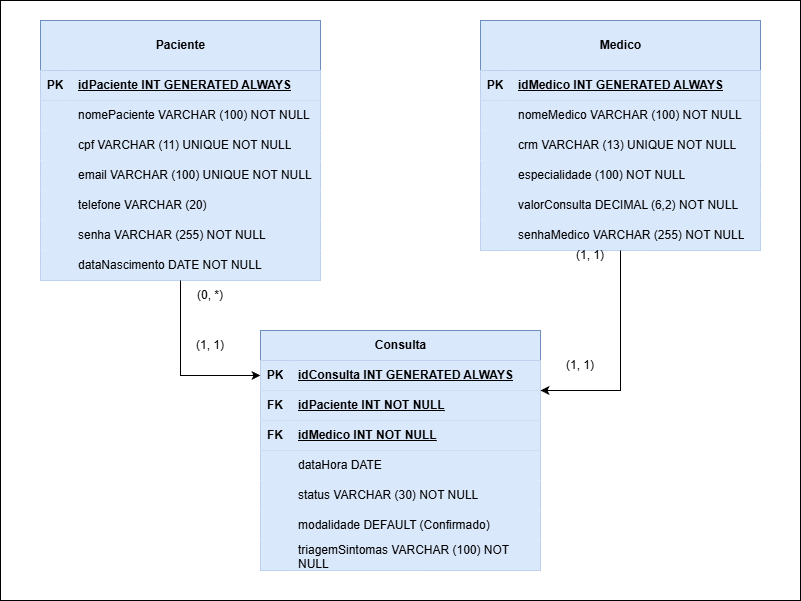
senai-661/FiveBits-backend keeps this draw.io diagram as docs/Diagrama-Medflow.drawio.png. Above is the earlier version. Source tidied: cells renumbered, new cells last; positions are measured from the earlier drawing's top-left corner, leaving out a move shared by most shapes.
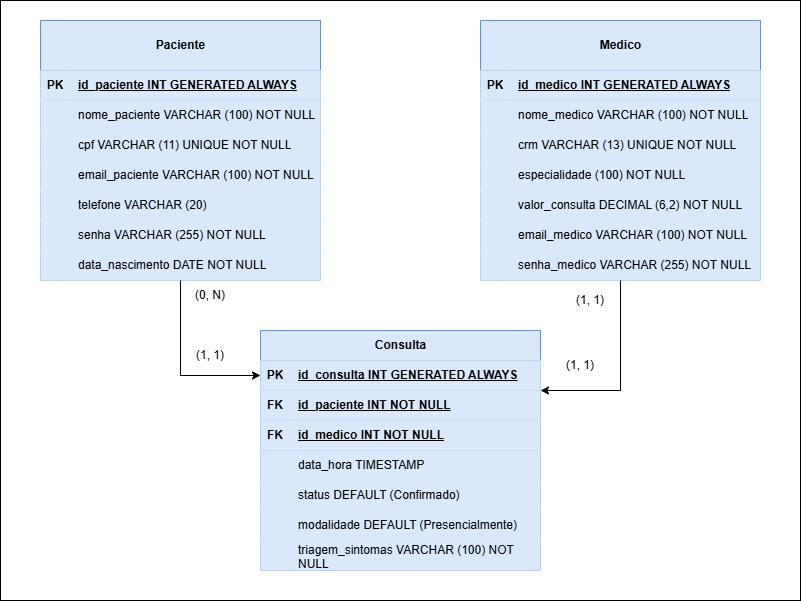
Above is the later version.

Commit message:
corrigindo o diagrama

The edit, as a diff of the source:
```diff
@@ -14,7 +14,7 @@
     <mxCell id="5" value="PK" style="shape=partialRectangle;fillColor=#dae8fc;top=0;left=0;bottom=0;right=0;fontStyle=1;overflow=hidden;whiteSpace=wrap;html=1;strokeColor=#6c8ebf;" parent="4" vertex="1">
       <mxGeometry width="30" height="30" as="geometry" />
     </mxCell>
-    <mxCell id="6" value="idPaciente INT GENERATED ALWAYS" style="shape=partialRectangle;fillColor=#dae8fc;top=0;left=0;bottom=0;right=0;align=left;spacingLeft=6;fontStyle=5;overflow=hidden;whiteSpace=wrap;html=1;strokeColor=#6c8ebf;" parent="4" vertex="1">
+    <mxCell id="6" value="id_paciente INT GENERATED ALWAYS" style="shape=partialRectangle;fillColor=#dae8fc;top=0;left=0;bottom=0;right=0;align=left;spacingLeft=6;fontStyle=5;overflow=hidden;whiteSpace=wrap;html=1;strokeColor=#6c8ebf;" parent="4" vertex="1">
       <mxGeometry x="30" width="250" height="30" as="geometry" />
     </mxCell>
     <mxCell id="7" style="shape=tableRow;horizontal=0;startSize=0;swimlaneHead=0;swimlaneBody=0;fillColor=#dae8fc;top=0;left=0;right=0;bottom=0;strokeColor=#6c8ebf;" parent="3" vertex="1">
@@ -23,7 +23,7 @@
     <mxCell id="8" style="shape=partialRectangle;fillColor=#dae8fc;top=0;left=0;bottom=0;right=0;overflow=hidden;whiteSpace=wrap;html=1;strokeColor=#6c8ebf;" parent="7" vertex="1">
       <mxGeometry width="30" height="30" as="geometry" />
     </mxCell>
-    <mxCell id="9" value="nomePaciente VARCHAR (100) NOT NULL" style="shape=partialRectangle;fillColor=#dae8fc;top=0;left=0;bottom=0;right=0;align=left;spacingLeft=6;overflow=hidden;whiteSpace=wrap;html=1;strokeColor=#6c8ebf;" parent="7" vertex="1">
+    <mxCell id="9" value="nome_paciente VARCHAR (100) NOT NULL" style="shape=partialRectangle;fillColor=#dae8fc;top=0;left=0;bottom=0;right=0;align=left;spacingLeft=6;overflow=hidden;whiteSpace=wrap;html=1;strokeColor=#6c8ebf;" parent="7" vertex="1">
       <mxGeometry x="30" width="250" height="30" as="geometry" />
     </mxCell>
     <mxCell id="10" style="shape=tableRow;horizontal=0;startSize=0;swimlaneHead=0;swimlaneBody=0;fillColor=#dae8fc;top=0;left=0;right=0;bottom=0;strokeColor=#6c8ebf;" parent="3" vertex="1">
@@ -41,7 +41,7 @@
     <mxCell id="14" style="shape=partialRectangle;fillColor=#dae8fc;top=0;left=0;bottom=0;right=0;overflow=hidden;whiteSpace=wrap;html=1;strokeColor=#6c8ebf;" parent="13" vertex="1">
       <mxGeometry width="30" height="30" as="geometry" />
     </mxCell>
-    <mxCell id="15" value="email VARCHAR (100) UNIQUE NOT NULL" style="shape=partialRectangle;fillColor=#dae8fc;top=0;left=0;bottom=0;right=0;align=left;spacingLeft=6;overflow=hidden;whiteSpace=wrap;html=1;strokeColor=#6c8ebf;" parent="13" vertex="1">
+    <mxCell id="15" value="email_paciente VARCHAR (100) NOT NULL" style="shape=partialRectangle;fillColor=#dae8fc;top=0;left=0;bottom=0;right=0;align=left;spacingLeft=6;overflow=hidden;whiteSpace=wrap;html=1;strokeColor=#6c8ebf;" parent="13" vertex="1">
       <mxGeometry x="30" width="250" height="30" as="geometry" />
     </mxCell>
     <mxCell id="16" style="shape=tableRow;horizontal=0;startSize=0;swimlaneHead=0;swimlaneBody=0;fillColor=#dae8fc;top=0;left=0;right=0;bottom=0;strokeColor=#6c8ebf;" parent="3" vertex="1">
@@ -68,11 +68,11 @@
     <mxCell id="23" style="shape=partialRectangle;fillColor=#dae8fc;top=0;left=0;bottom=0;right=0;overflow=hidden;whiteSpace=wrap;html=1;strokeColor=#6c8ebf;" parent="22" vertex="1">
       <mxGeometry width="30" height="30" as="geometry" />
     </mxCell>
-    <mxCell id="24" value="dataNascimento DATE NOT NULL" style="shape=partialRectangle;fillColor=#dae8fc;top=0;left=0;bottom=0;right=0;align=left;spacingLeft=6;overflow=hidden;whiteSpace=wrap;html=1;strokeColor=#6c8ebf;" parent="22" vertex="1">
+    <mxCell id="24" value="data_nascimento DATE NOT NULL" style="shape=partialRectangle;fillColor=#dae8fc;top=0;left=0;bottom=0;right=0;align=left;spacingLeft=6;overflow=hidden;whiteSpace=wrap;html=1;strokeColor=#6c8ebf;" parent="22" vertex="1">
       <mxGeometry x="30" width="250" height="30" as="geometry" />
     </mxCell>
     <mxCell id="25" value="Medico" style="shape=table;startSize=50;rowLines=0;fontStyle=1;align=center;html=1;fillColor=#dae8fc;strokeColor=#6c8ebf;" parent="1" vertex="1">
-      <mxGeometry x="480" y="20" width="280" height="230" as="geometry" />
+      <mxGeometry x="480" y="20" width="280" height="260" as="geometry" />
     </mxCell>
     <mxCell id="26" style="shape=tableRow;horizontal=0;startSize=0;swimlaneHead=0;swimlaneBody=0;fillColor=#dae8fc;top=0;left=0;right=0;bottom=1;strokeColor=#6c8ebf;" parent="25" vertex="1">
       <mxGeometry y="50" width="280" height="30" as="geometry" />
@@ -80,7 +80,7 @@
     <mxCell id="27" value="PK" style="shape=partialRectangle;fillColor=#dae8fc;top=0;left=0;bottom=0;right=0;fontStyle=1;overflow=hidden;whiteSpace=wrap;html=1;strokeColor=#6c8ebf;" parent="26" vertex="1">
       <mxGeometry width="30" height="30" as="geometry" />
     </mxCell>
-    <mxCell id="28" value="idMedico INT GENERATED ALWAYS" style="shape=partialRectangle;fillColor=#dae8fc;top=0;left=0;bottom=0;right=0;align=left;spacingLeft=6;fontStyle=5;overflow=hidden;whiteSpace=wrap;html=1;strokeColor=#6c8ebf;" parent="26" vertex="1">
+    <mxCell id="28" value="id_medico INT GENERATED ALWAYS" style="shape=partialRectangle;fillColor=#dae8fc;top=0;left=0;bottom=0;right=0;align=left;spacingLeft=6;fontStyle=5;overflow=hidden;whiteSpace=wrap;html=1;strokeColor=#6c8ebf;" parent="26" vertex="1">
       <mxGeometry x="30" width="250" height="30" as="geometry" />
     </mxCell>
     <mxCell id="29" style="shape=tableRow;horizontal=0;startSize=0;swimlaneHead=0;swimlaneBody=0;fillColor=#dae8fc;top=0;left=0;right=0;bottom=0;strokeColor=#6c8ebf;" parent="25" vertex="1">
@@ -89,7 +89,7 @@
     <mxCell id="30" style="shape=partialRectangle;fillColor=#dae8fc;top=0;left=0;bottom=0;right=0;overflow=hidden;whiteSpace=wrap;html=1;strokeColor=#6c8ebf;" parent="29" vertex="1">
       <mxGeometry width="30" height="30" as="geometry" />
     </mxCell>
-    <mxCell id="31" value="nomeMedico VARCHAR (100) NOT NULL" style="shape=partialRectangle;fillColor=#dae8fc;top=0;left=0;bottom=0;right=0;align=left;spacingLeft=6;overflow=hidden;whiteSpace=wrap;html=1;strokeColor=#6c8ebf;" parent="29" vertex="1">
+    <mxCell id="31" value="nome_medico VARCHAR (100) NOT NULL" style="shape=partialRectangle;fillColor=#dae8fc;top=0;left=0;bottom=0;right=0;align=left;spacingLeft=6;overflow=hidden;whiteSpace=wrap;html=1;strokeColor=#6c8ebf;" parent="29" vertex="1">
       <mxGeometry x="30" width="250" height="30" as="geometry" />
     </mxCell>
     <mxCell id="32" style="shape=tableRow;horizontal=0;startSize=0;swimlaneHead=0;swimlaneBody=0;fillColor=#dae8fc;top=0;left=0;right=0;bottom=0;strokeColor=#6c8ebf;" parent="25" vertex="1">
@@ -110,24 +110,33 @@
     <mxCell id="37" value="especialidade (100) NOT NULL" style="shape=partialRectangle;fillColor=#dae8fc;top=0;left=0;bottom=0;right=0;align=left;spacingLeft=6;overflow=hidden;whiteSpace=wrap;html=1;strokeColor=#6c8ebf;" parent="35" vertex="1">
       <mxGeometry x="30" width="250" height="30" as="geometry" />
     </mxCell>
+    <mxCell id="72" style="shape=tableRow;horizontal=0;startSize=0;swimlaneHead=0;swimlaneBody=0;fillColor=#dae8fc;top=0;left=0;right=0;bottom=0;strokeColor=#6c8ebf;" parent="25" vertex="1">
+      <mxGeometry y="170" width="280" height="30" as="geometry" />
+    </mxCell>
+    <mxCell id="73" style="shape=partialRectangle;fillColor=#dae8fc;top=0;left=0;bottom=0;right=0;overflow=hidden;whiteSpace=wrap;html=1;strokeColor=#6c8ebf;" parent="72" vertex="1">
+      <mxGeometry width="30" height="30" as="geometry" />
+    </mxCell>
+    <mxCell id="74" value="valor_consulta DECIMAL (6,2) NOT NULL" style="shape=partialRectangle;fillColor=#dae8fc;top=0;left=0;bottom=0;right=0;align=left;spacingLeft=6;overflow=hidden;whiteSpace=wrap;html=1;strokeColor=#6c8ebf;" parent="72" vertex="1">
+      <mxGeometry x="30" width="250" height="30" as="geometry" />
+    </mxCell>
     <mxCell id="38" style="shape=tableRow;horizontal=0;startSize=0;swimlaneHead=0;swimlaneBody=0;fillColor=#dae8fc;top=0;left=0;right=0;bottom=0;strokeColor=#6c8ebf;" parent="25" vertex="1">
-      <mxGeometry y="170" width="280" height="30" as="geometry" />
+      <mxGeometry y="200" width="280" height="30" as="geometry" />
     </mxCell>
     <mxCell id="39" style="shape=partialRectangle;fillColor=#dae8fc;top=0;left=0;bottom=0;right=0;overflow=hidden;whiteSpace=wrap;html=1;strokeColor=#6c8ebf;" parent="38" vertex="1">
       <mxGeometry width="30" height="30" as="geometry" />
     </mxCell>
-    <mxCell id="40" value="valorConsulta DECIMAL (6,2) NOT NULL" style="shape=partialRectangle;fillColor=#dae8fc;top=0;left=0;bottom=0;right=0;align=left;spacingLeft=6;overflow=hidden;whiteSpace=wrap;html=1;strokeColor=#6c8ebf;" parent="38" vertex="1">
+    <mxCell id="40" value="email_medico VARCHAR (100) NOT NULL" style="shape=partialRectangle;fillColor=#dae8fc;top=0;left=0;bottom=0;right=0;align=left;spacingLeft=6;overflow=hidden;whiteSpace=wrap;html=1;strokeColor=#6c8ebf;" parent="38" vertex="1">
       <mxGeometry x="30" width="250" height="30" as="geometry" />
     </mxCell>
-    <mxCell id="41" style="shape=tableRow;horizontal=0;startSize=0;swimlaneHead=0;swimlaneBody=0;fillColor=#dae8fc;top=0;left=0;right=0;bottom=0;strokeColor=#6c8ebf;" parent="25" vertex="1">
-      <mxGeometry y="200" width="280" height="30" as="geometry" />
-    </mxCell>
-    <mxCell id="42" style="shape=partialRectangle;fillColor=#dae8fc;top=0;left=0;bottom=0;right=0;overflow=hidden;whiteSpace=wrap;html=1;strokeColor=#6c8ebf;" parent="41" vertex="1">
-      <mxGeometry width="30" height="30" as="geometry" />
-    </mxCell>
-    <mxCell id="43" value="senhaMedico VARCHAR (255) NOT NULL" style="shape=partialRectangle;fillColor=#dae8fc;top=0;left=0;bottom=0;right=0;align=left;spacingLeft=6;overflow=hidden;whiteSpace=wrap;html=1;strokeColor=#6c8ebf;" parent="41" vertex="1">
-      <mxGeometry x="30" width="250" height="30" as="geometry" />
-    </mxCell>
+    <mxCell id="75" style="shape=tableRow;horizontal=0;startSize=0;swimlaneHead=0;swimlaneBody=0;fillColor=#dae8fc;top=0;left=0;right=0;bottom=0;strokeColor=#6c8ebf;" parent="25" vertex="1">
+      <mxGeometry y="230" width="280" height="30" as="geometry" />
+    </mxCell>
+    <mxCell id="76" style="shape=partialRectangle;fillColor=#dae8fc;top=0;left=0;bottom=0;right=0;overflow=hidden;whiteSpace=wrap;html=1;strokeColor=#6c8ebf;" parent="75" vertex="1">
+      <mxGeometry width="30" height="30" as="geometry" />
+    </mxCell>
+    <mxCell id="77" value="senha_medico VARCHAR (255) NOT NULL" style="shape=partialRectangle;fillColor=#dae8fc;top=0;left=0;bottom=0;right=0;align=left;spacingLeft=6;overflow=hidden;whiteSpace=wrap;html=1;strokeColor=#6c8ebf;" parent="75" vertex="1">
+      <mxGeometry x="30" width="250" height="30" as="geometry" />
+    </mxCell>
     <mxCell id="44" value="Consulta" style="shape=table;startSize=30;rowLines=0;fontStyle=1;align=center;html=1;fillColor=#dae8fc;strokeColor=#6c8ebf;" parent="1" vertex="1">
       <mxGeometry x="260" y="330" width="280" height="240" as="geometry" />
     </mxCell>
@@ -137,7 +146,7 @@
     <mxCell id="46" value="PK" style="shape=partialRectangle;fillColor=#dae8fc;top=0;left=0;bottom=0;right=0;fontStyle=1;overflow=hidden;whiteSpace=wrap;html=1;strokeColor=#6c8ebf;" parent="45" vertex="1">
       <mxGeometry width="30" height="30" as="geometry" />
     </mxCell>
-    <mxCell id="47" value="idConsulta INT GENERATED ALWAYS" style="shape=partialRectangle;fillColor=#dae8fc;top=0;left=0;bottom=0;right=0;align=left;spacingLeft=6;fontStyle=5;overflow=hidden;whiteSpace=wrap;html=1;strokeColor=#6c8ebf;" parent="45" vertex="1">
+    <mxCell id="47" value="id_consulta INT GENERATED ALWAYS" style="shape=partialRectangle;fillColor=#dae8fc;top=0;left=0;bottom=0;right=0;align=left;spacingLeft=6;fontStyle=5;overflow=hidden;whiteSpace=wrap;html=1;strokeColor=#6c8ebf;" parent="45" vertex="1">
       <mxGeometry x="30" width="250" height="30" as="geometry" />
     </mxCell>
     <mxCell id="48" style="shape=tableRow;horizontal=0;startSize=0;swimlaneHead=0;swimlaneBody=0;fillColor=#dae8fc;top=0;left=0;right=0;bottom=1;strokeColor=#6c8ebf;" parent="44" vertex="1">
@@ -146,7 +155,7 @@
     <mxCell id="49" value="FK" style="shape=partialRectangle;fillColor=#dae8fc;top=0;left=0;bottom=0;right=0;fontStyle=1;overflow=hidden;whiteSpace=wrap;html=1;strokeColor=#6c8ebf;" parent="48" vertex="1">
       <mxGeometry width="30" height="30" as="geometry" />
     </mxCell>
-    <mxCell id="50" value="idPaciente INT NOT NULL" style="shape=partialRectangle;fillColor=#dae8fc;top=0;left=0;bottom=0;right=0;align=left;spacingLeft=6;fontStyle=5;overflow=hidden;whiteSpace=wrap;html=1;strokeColor=#6c8ebf;" parent="48" vertex="1">
+    <mxCell id="50" value="id_paciente INT NOT NULL" style="shape=partialRectangle;fillColor=#dae8fc;top=0;left=0;bottom=0;right=0;align=left;spacingLeft=6;fontStyle=5;overflow=hidden;whiteSpace=wrap;html=1;strokeColor=#6c8ebf;" parent="48" vertex="1">
       <mxGeometry x="30" width="250" height="30" as="geometry" />
     </mxCell>
     <mxCell id="51" style="shape=tableRow;horizontal=0;startSize=0;swimlaneHead=0;swimlaneBody=0;fillColor=#dae8fc;top=0;left=0;right=0;bottom=1;strokeColor=#6c8ebf;" parent="44" vertex="1">
@@ -155,7 +164,7 @@
     <mxCell id="52" value="FK" style="shape=partialRectangle;fillColor=#dae8fc;top=0;left=0;bottom=0;right=0;fontStyle=1;overflow=hidden;whiteSpace=wrap;html=1;strokeColor=#6c8ebf;" parent="51" vertex="1">
       <mxGeometry width="30" height="30" as="geometry" />
     </mxCell>
-    <mxCell id="53" value="idMedico&amp;nbsp;INT NOT NULL" style="shape=partialRectangle;fillColor=#dae8fc;top=0;left=0;bottom=0;right=0;align=left;spacingLeft=6;fontStyle=5;overflow=hidden;whiteSpace=wrap;html=1;strokeColor=#6c8ebf;" parent="51" vertex="1">
+    <mxCell id="53" value="id_medico&amp;nbsp;INT NOT NULL" style="shape=partialRectangle;fillColor=#dae8fc;top=0;left=0;bottom=0;right=0;align=left;spacingLeft=6;fontStyle=5;overflow=hidden;whiteSpace=wrap;html=1;strokeColor=#6c8ebf;" parent="51" vertex="1">
       <mxGeometry x="30" width="250" height="30" as="geometry" />
     </mxCell>
     <mxCell id="54" style="shape=tableRow;horizontal=0;startSize=0;swimlaneHead=0;swimlaneBody=0;fillColor=#dae8fc;top=0;left=0;right=0;bottom=0;strokeColor=#6c8ebf;" parent="44" vertex="1">
@@ -164,7 +173,7 @@
     <mxCell id="55" style="shape=partialRectangle;fillColor=#dae8fc;top=0;left=0;bottom=0;right=0;overflow=hidden;whiteSpace=wrap;html=1;strokeColor=#6c8ebf;" parent="54" vertex="1">
       <mxGeometry width="30" height="30" as="geometry" />
     </mxCell>
-    <mxCell id="56" value="dataHora DATE" style="shape=partialRectangle;fillColor=#dae8fc;top=0;left=0;bottom=0;right=0;align=left;spacingLeft=6;overflow=hidden;whiteSpace=wrap;html=1;strokeColor=#6c8ebf;" parent="54" vertex="1">
+    <mxCell id="56" value="data_hora TIMESTAMP" style="shape=partialRectangle;fillColor=#dae8fc;top=0;left=0;bottom=0;right=0;align=left;spacingLeft=6;overflow=hidden;whiteSpace=wrap;html=1;strokeColor=#6c8ebf;" parent="54" vertex="1">
       <mxGeometry x="30" width="250" height="30" as="geometry" />
     </mxCell>
     <mxCell id="57" style="shape=tableRow;horizontal=0;startSize=0;swimlaneHead=0;swimlaneBody=0;fillColor=#dae8fc;top=0;left=0;right=0;bottom=0;strokeColor=#6c8ebf;" parent="44" vertex="1">
@@ -173,7 +182,7 @@
     <mxCell id="58" style="shape=partialRectangle;fillColor=#dae8fc;top=0;left=0;bottom=0;right=0;overflow=hidden;whiteSpace=wrap;html=1;strokeColor=#6c8ebf;" parent="57" vertex="1">
       <mxGeometry width="30" height="30" as="geometry" />
     </mxCell>
-    <mxCell id="59" value="status VARCHAR (30) NOT NULL" style="shape=partialRectangle;fillColor=#dae8fc;top=0;left=0;bottom=0;right=0;align=left;spacingLeft=6;overflow=hidden;whiteSpace=wrap;html=1;strokeColor=#6c8ebf;" parent="57" vertex="1">
+    <mxCell id="59" value="status DEFAULT (Confirmado)" style="shape=partialRectangle;fillColor=#dae8fc;top=0;left=0;bottom=0;right=0;align=left;spacingLeft=6;overflow=hidden;whiteSpace=wrap;html=1;strokeColor=#6c8ebf;" parent="57" vertex="1">
       <mxGeometry x="30" width="250" height="30" as="geometry" />
     </mxCell>
     <mxCell id="60" style="shape=tableRow;horizontal=0;startSize=0;swimlaneHead=0;swimlaneBody=0;fillColor=#dae8fc;top=0;left=0;right=0;bottom=0;strokeColor=#6c8ebf;" parent="44" vertex="1">
@@ -182,7 +191,7 @@
     <mxCell id="61" style="shape=partialRectangle;fillColor=#dae8fc;top=0;left=0;bottom=0;right=0;overflow=hidden;whiteSpace=wrap;html=1;strokeColor=#6c8ebf;" parent="60" vertex="1">
       <mxGeometry width="30" height="30" as="geometry" />
     </mxCell>
-    <mxCell id="62" value="modalidade DEFAULT (Confirmado)" style="shape=partialRectangle;fillColor=#dae8fc;top=0;left=0;bottom=0;right=0;align=left;spacingLeft=6;overflow=hidden;whiteSpace=wrap;html=1;strokeColor=#6c8ebf;" parent="60" vertex="1">
+    <mxCell id="62" value="modalidade DEFAULT (Presencialmente)" style="shape=partialRectangle;fillColor=#dae8fc;top=0;left=0;bottom=0;right=0;align=left;spacingLeft=6;overflow=hidden;whiteSpace=wrap;html=1;strokeColor=#6c8ebf;" parent="60" vertex="1">
       <mxGeometry x="30" width="250" height="30" as="geometry" />
     </mxCell>
     <mxCell id="63" style="shape=tableRow;horizontal=0;startSize=0;swimlaneHead=0;swimlaneBody=0;fillColor=#dae8fc;top=0;left=0;right=0;bottom=0;strokeColor=#6c8ebf;" parent="44" vertex="1">
@@ -191,7 +200,7 @@
     <mxCell id="64" style="shape=partialRectangle;fillColor=#dae8fc;top=0;left=0;bottom=0;right=0;overflow=hidden;whiteSpace=wrap;html=1;strokeColor=#6c8ebf;" parent="63" vertex="1">
       <mxGeometry width="30" height="30" as="geometry" />
     </mxCell>
-    <mxCell id="65" value="triagemSintomas VARCHAR (100) NOT NULL" style="shape=partialRectangle;fillColor=#dae8fc;top=0;left=0;bottom=0;right=0;align=left;spacingLeft=6;overflow=hidden;whiteSpace=wrap;html=1;strokeColor=#6c8ebf;" parent="63" vertex="1">
+    <mxCell id="65" value="triagem_sintomas VARCHAR (100) NOT NULL" style="shape=partialRectangle;fillColor=#dae8fc;top=0;left=0;bottom=0;right=0;align=left;spacingLeft=6;overflow=hidden;whiteSpace=wrap;html=1;strokeColor=#6c8ebf;" parent="63" vertex="1">
       <mxGeometry x="30" width="250" height="30" as="geometry" />
     </mxCell>
     <mxCell id="66" style="endArrow=classic;html=1;rounded=0;exitX=0.5;exitY=1;exitDx=0;exitDy=0;entryX=0;entryY=0.5;entryDx=0;entryDy=0;" parent="1" edge="1" source="3" target="45">
@@ -212,12 +221,12 @@
       <mxGeometry x="550" y="350" width="60" height="30" as="geometry" />
     </mxCell>
     <mxCell id="69" value="(1, 1)" style="text;html=1;whiteSpace=wrap;strokeColor=none;fillColor=none;align=center;verticalAlign=middle;rounded=0;" parent="1" vertex="1">
-      <mxGeometry x="560" y="240" width="60" height="30" as="geometry" />
+      <mxGeometry x="560" y="285" width="60" height="30" as="geometry" />
     </mxCell>
     <mxCell id="70" value="(1, 1)" style="text;html=1;whiteSpace=wrap;strokeColor=none;fillColor=none;align=center;verticalAlign=middle;rounded=0;" parent="1" vertex="1">
-      <mxGeometry x="180" y="330" width="60" height="30" as="geometry" />
+      <mxGeometry x="180" y="340" width="60" height="30" as="geometry" />
     </mxCell>
-    <mxCell id="71" value="(0, *)" style="text;html=1;whiteSpace=wrap;strokeColor=none;fillColor=none;align=center;verticalAlign=middle;rounded=0;" parent="1" vertex="1">
+    <mxCell id="71" value="(0, N)" style="text;html=1;whiteSpace=wrap;strokeColor=none;fillColor=none;align=center;verticalAlign=middle;rounded=0;" parent="1" vertex="1">
       <mxGeometry x="180" y="280" width="60" height="30" as="geometry" />
     </mxCell>
   </root>
```
